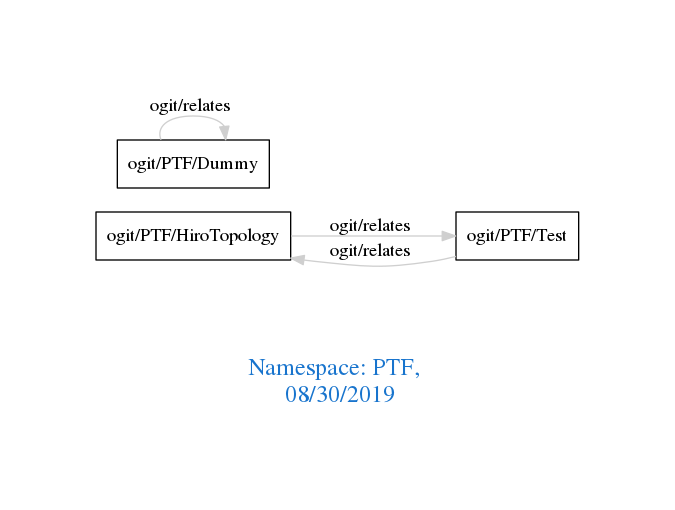
This is downloads/PTF.png from arago/OGIT, a Graphviz export, as it was before one commit. Its source is kept beside it as downloads/PTF.dot.
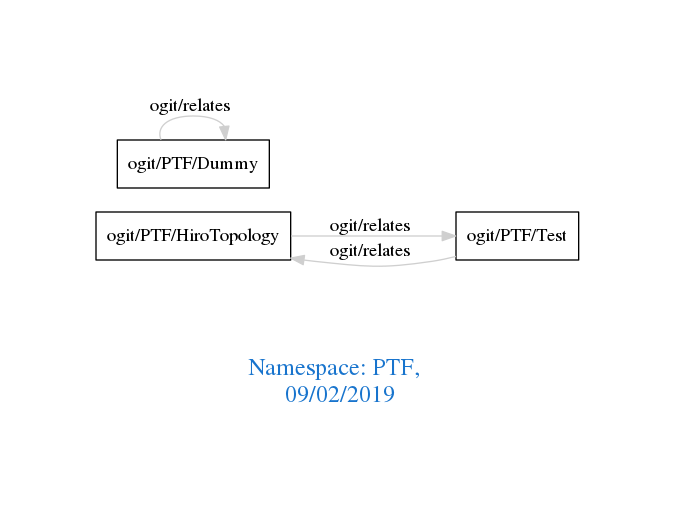
The same file after the commit.

What changed in the source:
```diff
@@ -1,7 +1,7 @@
 digraph OGIT_ontology {
  graph [ rankdir= LR,pad=1
 fontsize = 18,
-fontcolor= dodgerblue3,label = "\n\n\nNamespace: PTF, \n 08/30/2019"];
+fontcolor= dodgerblue3,label = "\n\n\nNamespace: PTF, \n 09/02/2019"];
 node[shape=polygon];
 edge [  color="gray81"];
 
```
